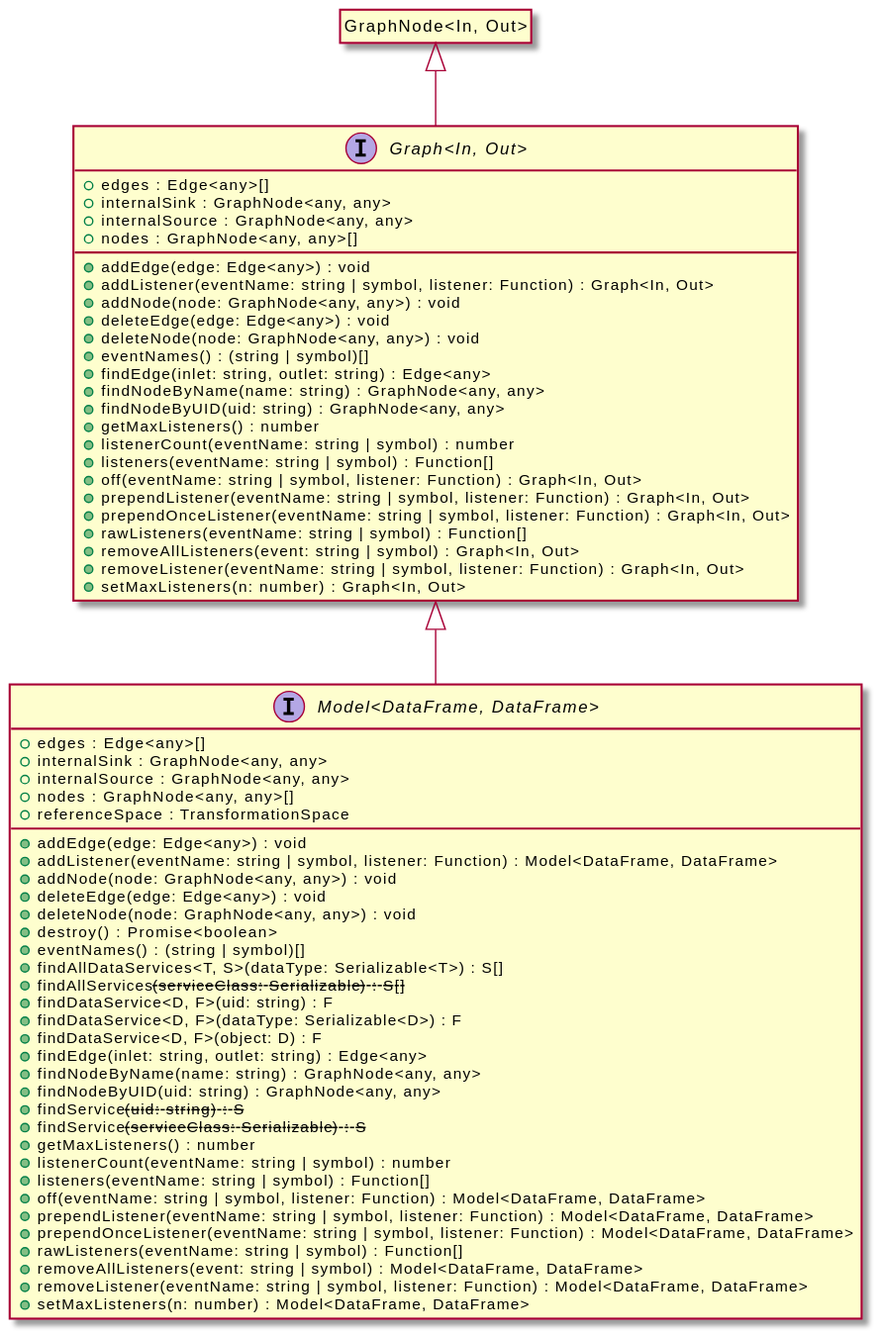
OpenHPS/openhps-core keeps this PlantUML diagram as assets/Graph-umlClassDiagram-344.svg. Above is the earlier version. Source of this version:
```plantuml
@startuml
skinparam BackgroundColor transparent
hide empty methods
hide empty fields
interface "Graph<In, Out>" {
    +edges : Edge<any>[]
    +internalSink : GraphNode<any, any>
    +internalSource : GraphNode<any, any>
    +nodes : GraphNode<any, any>[]
    +addEdge(edge: Edge<any>) : void
    +addListener(eventName: string | symbol, listener: Function) : Graph<In, Out>
    +addNode(node: GraphNode<any, any>) : void
    +deleteEdge(edge: Edge<any>) : void
    +deleteNode(node: GraphNode<any, any>) : void
    +eventNames() : (string | symbol)[]
    +findEdge(inlet: string, outlet: string) : Edge<any>
    +findNodeByName(name: string) : GraphNode<any, any>
    +findNodeByUID(uid: string) : GraphNode<any, any>
    +getMaxListeners() : number
    +listenerCount(eventName: string | symbol) : number
    +listeners(eventName: string | symbol) : Function[]
    +off(eventName: string | symbol, listener: Function) : Graph<In, Out>
    +prependListener(eventName: string | symbol, listener: Function) : Graph<In, Out>
    +prependOnceListener(eventName: string | symbol, listener: Function) : Graph<In, Out>
    +rawListeners(eventName: string | symbol) : Function[]
    +removeAllListeners(event: string | symbol) : Graph<In, Out>
    +removeListener(eventName: string | symbol, listener: Function) : Graph<In, Out>
    +setMaxListeners(n: number) : Graph<In, Out>
}
class "GraphNode<In, Out>"
hide "GraphNode<In, Out>" circle
"GraphNode<In, Out>" <|-- "Graph<In, Out>"
interface "Model<DataFrame, DataFrame>" {
    +edges : Edge<any>[]
    +internalSink : GraphNode<any, any>
    +internalSource : GraphNode<any, any>
    +nodes : GraphNode<any, any>[]
    +referenceSpace : TransformationSpace
    +addEdge(edge: Edge<any>) : void
    +addListener(eventName: string | symbol, listener: Function) : Model<DataFrame, DataFrame>
    +addNode(node: GraphNode<any, any>) : void
    +deleteEdge(edge: Edge<any>) : void
    +deleteNode(node: GraphNode<any, any>) : void
    +destroy() : Promise<boolean>
    +eventNames() : (string | symbol)[]
    +findAllDataServices<T, S>(dataType: Serializable<T>) : S[]
    +findAllServices<S>(serviceClass: Serializable<S>) : S[]
    +findDataService<D, F>(uid: string) : F
    +findDataService<D, F>(dataType: Serializable<D>) : F
    +findDataService<D, F>(object: D) : F
    +findEdge(inlet: string, outlet: string) : Edge<any>
    +findNodeByName(name: string) : GraphNode<any, any>
    +findNodeByUID(uid: string) : GraphNode<any, any>
    +findService<S>(uid: string) : S
    +findService<S>(serviceClass: Serializable<S>) : S
    +getMaxListeners() : number
    +listenerCount(eventName: string | symbol) : number
    +listeners(eventName: string | symbol) : Function[]
    +off(eventName: string | symbol, listener: Function) : Model<DataFrame, DataFrame>
    +prependListener(eventName: string | symbol, listener: Function) : Model<DataFrame, DataFrame>
    +prependOnceListener(eventName: string | symbol, listener: Function) : Model<DataFrame, DataFrame>
    +rawListeners(eventName: string | symbol) : Function[]
    +removeAllListeners(event: string | symbol) : Model<DataFrame, DataFrame>
    +removeListener(eventName: string | symbol, listener: Function) : Model<DataFrame, DataFrame>
    +setMaxListeners(n: number) : Model<DataFrame, DataFrame>
}
"Graph<In, Out>" <|-- "Model<DataFrame, DataFrame>"
@enduml
```
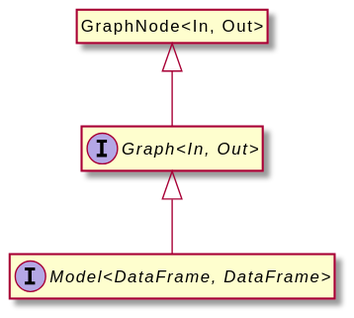
The same file after the commit.

The edit, as a diff of the source:
```diff
@@ -3,66 +3,11 @@
 hide empty methods
 hide empty fields
 interface "Graph<In, Out>" {
-    +edges : Edge<any>[]
-    +internalSink : GraphNode<any, any>
-    +internalSource : GraphNode<any, any>
-    +nodes : GraphNode<any, any>[]
-    +addEdge(edge: Edge<any>) : void
-    +addListener(eventName: string | symbol, listener: Function) : Graph<In, Out>
-    +addNode(node: GraphNode<any, any>) : void
-    +deleteEdge(edge: Edge<any>) : void
-    +deleteNode(node: GraphNode<any, any>) : void
-    +eventNames() : (string | symbol)[]
-    +findEdge(inlet: string, outlet: string) : Edge<any>
-    +findNodeByName(name: string) : GraphNode<any, any>
-    +findNodeByUID(uid: string) : GraphNode<any, any>
-    +getMaxListeners() : number
-    +listenerCount(eventName: string | symbol) : number
-    +listeners(eventName: string | symbol) : Function[]
-    +off(eventName: string | symbol, listener: Function) : Graph<In, Out>
-    +prependListener(eventName: string | symbol, listener: Function) : Graph<In, Out>
-    +prependOnceListener(eventName: string | symbol, listener: Function) : Graph<In, Out>
-    +rawListeners(eventName: string | symbol) : Function[]
-    +removeAllListeners(event: string | symbol) : Graph<In, Out>
-    +removeListener(eventName: string | symbol, listener: Function) : Graph<In, Out>
-    +setMaxListeners(n: number) : Graph<In, Out>
 }
 class "GraphNode<In, Out>"
 hide "GraphNode<In, Out>" circle
 "GraphNode<In, Out>" <|-- "Graph<In, Out>"
 interface "Model<DataFrame, DataFrame>" {
-    +edges : Edge<any>[]
-    +internalSink : GraphNode<any, any>
-    +internalSource : GraphNode<any, any>
-    +nodes : GraphNode<any, any>[]
-    +referenceSpace : TransformationSpace
-    +addEdge(edge: Edge<any>) : void
-    +addListener(eventName: string | symbol, listener: Function) : Model<DataFrame, DataFrame>
-    +addNode(node: GraphNode<any, any>) : void
-    +deleteEdge(edge: Edge<any>) : void
-    +deleteNode(node: GraphNode<any, any>) : void
-    +destroy() : Promise<boolean>
-    +eventNames() : (string | symbol)[]
-    +findAllDataServices<T, S>(dataType: Serializable<T>) : S[]
-    +findAllServices<S>(serviceClass: Serializable<S>) : S[]
-    +findDataService<D, F>(uid: string) : F
-    +findDataService<D, F>(dataType: Serializable<D>) : F
-    +findDataService<D, F>(object: D) : F
-    +findEdge(inlet: string, outlet: string) : Edge<any>
-    +findNodeByName(name: string) : GraphNode<any, any>
-    +findNodeByUID(uid: string) : GraphNode<any, any>
-    +findService<S>(uid: string) : S
-    +findService<S>(serviceClass: Serializable<S>) : S
-    +getMaxListeners() : number
-    +listenerCount(eventName: string | symbol) : number
-    +listeners(eventName: string | symbol) : Function[]
-    +off(eventName: string | symbol, listener: Function) : Model<DataFrame, DataFrame>
-    +prependListener(eventName: string | symbol, listener: Function) : Model<DataFrame, DataFrame>
-    +prependOnceListener(eventName: string | symbol, listener: Function) : Model<DataFrame, DataFrame>
-    +rawListeners(eventName: string | symbol) : Function[]
-    +removeAllListeners(event: string | symbol) : Model<DataFrame, DataFrame>
-    +removeListener(eventName: string | symbol, listener: Function) : Model<DataFrame, DataFrame>
-    +setMaxListeners(n: number) : Model<DataFrame, DataFrame>
 }
 "Graph<In, Out>" <|-- "Model<DataFrame, DataFrame>"
 @enduml
```
